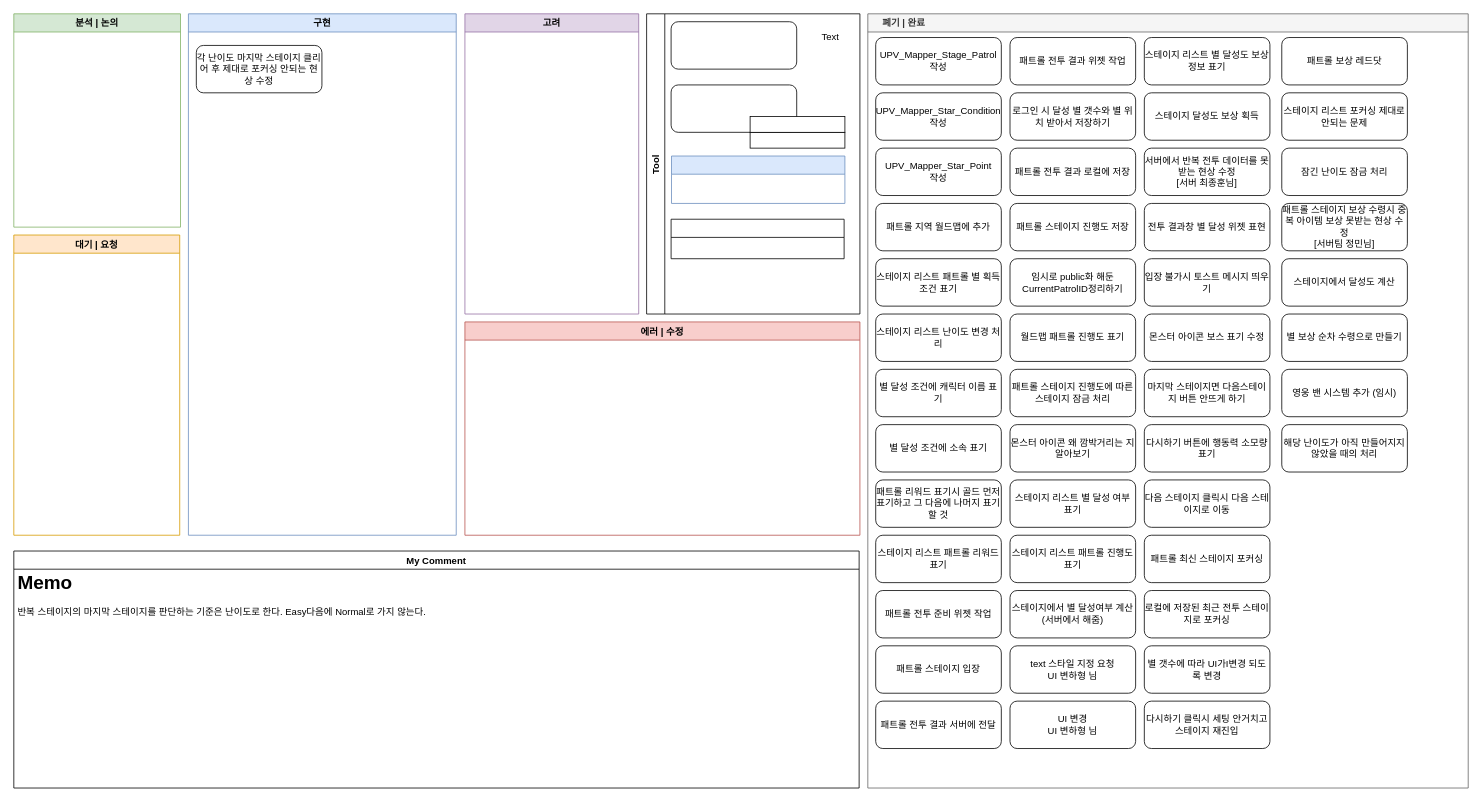
This is 반복 스테이지 진행상황.drawio from Endorr/Job-Board, a draw.io file, before an edit. Source tidied: cells renumbered, new cells numbered last; positions are measured from the earlier drawing's top-left corner, leaving out a move shared by most shapes. Both pictures are drawn from the tidied source at 79%, with x=0, y=0 at pixel (13, 13).
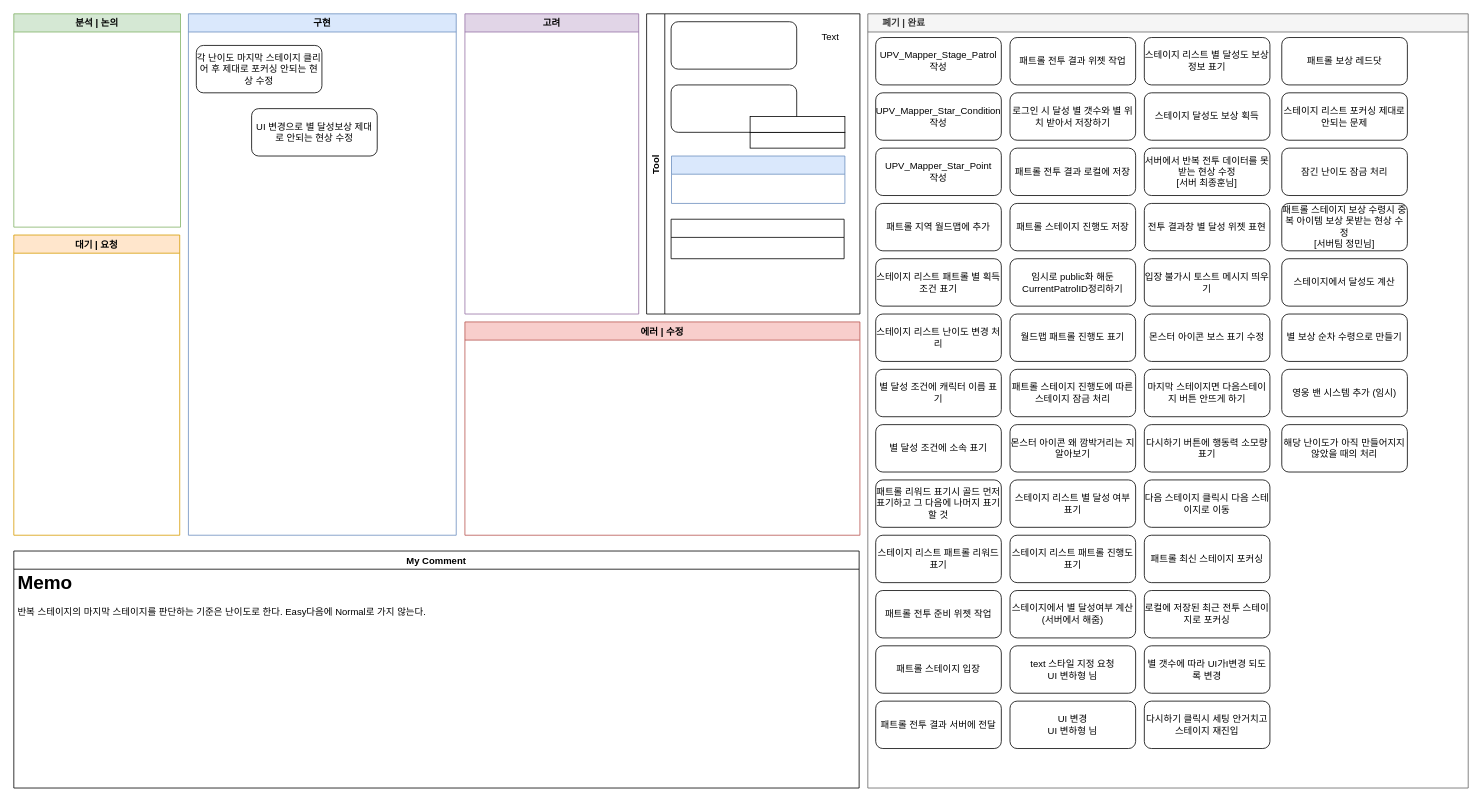
After the change.

Commit message:
Update 반복 스테이지 진행상황.drawio

Unchanged cells that the change refers to:
```xml
<mxCell id="2" value="구현" style="swimlane;fillColor=#dae8fc;strokeColor=#6c8ebf;" parent="1" vertex="1">
  <mxGeometry x="221" width="339" height="660" as="geometry" />
</mxCell>
```

The edit, as a diff of the source:
```diff
@@
+    <mxCell id="67" value="UI 변경으로 별 달성보상 제대로 안되는 현상 수정" style="rounded=1;whiteSpace=wrap;html=1;" parent="2" vertex="1">
+      <mxGeometry x="80" y="120" width="159" height="60" as="geometry" />
+    </mxCell>
```
